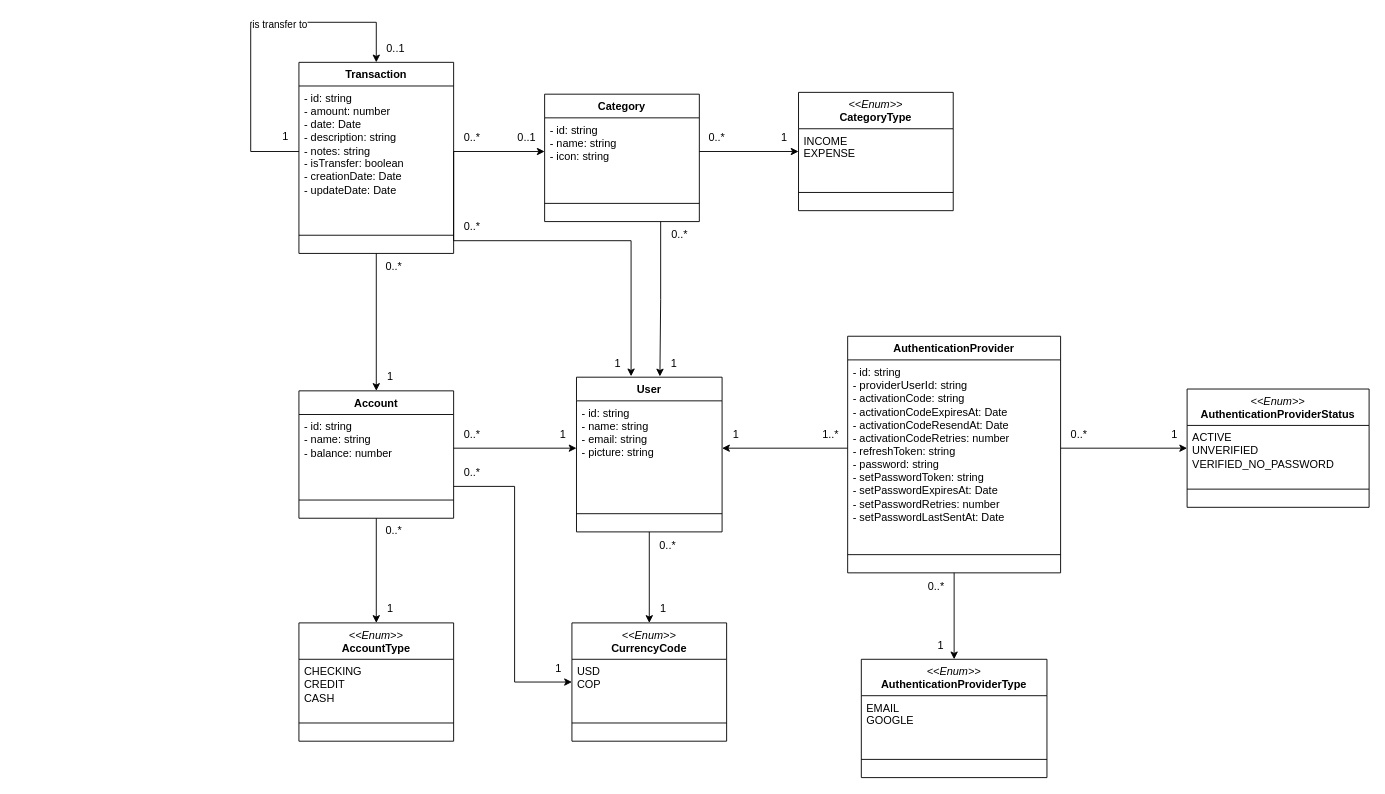
This is docs/class_budget.drawio from acastillo9/budget-api, a draw.io file, before an edit. Source tidied: cells renumbered, new cells numbered last; positions are measured from the earlier drawing's top-left corner, leaving out a move shared by most shapes. Both pictures are drawn from the tidied source at 91%, with x=0, y=0 at pixel (250, 22).
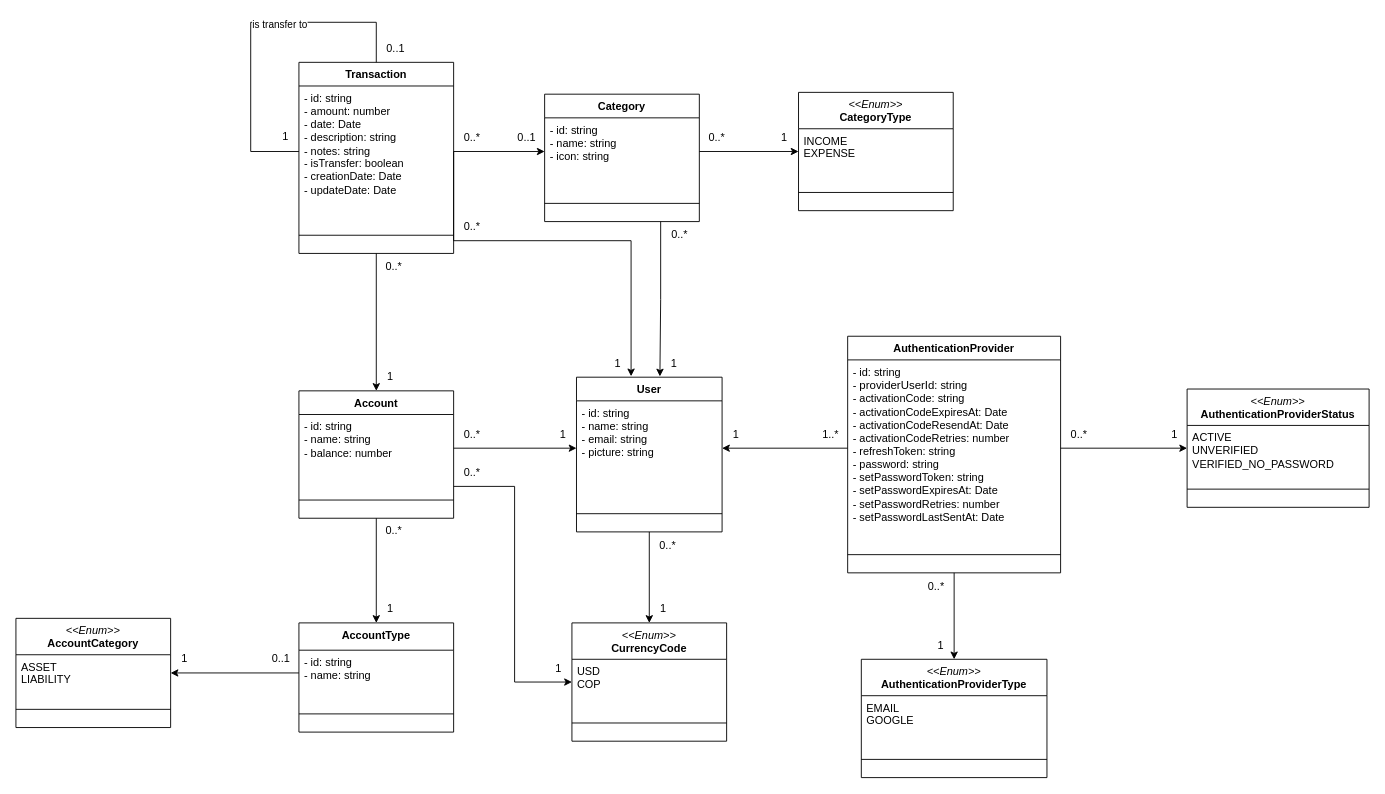
The same page after the edit.

Unchanged cells that the change refers to:
```xml
<mxCell id="2" value="Transaction" style="swimlane;fontStyle=1;align=center;verticalAlign=top;horizontal=1;startSize=26;whiteSpace=wrap;html=1;" parent="1" vertex="1">
  <mxGeometry x="53" y="44" width="170" height="210" as="geometry" />
</mxCell>
<mxCell id="5" value="- id: string&lt;div&gt;- amount: number&lt;/div&gt;&lt;div&gt;- date: Date&lt;/div&gt;&lt;div&gt;&lt;span style=&quot;background-color: transparent; color: light-dark(rgb(0, 0, 0), rgb(255, 255, 255));&quot;&gt;- description: string&lt;/span&gt;&lt;/div&gt;&lt;div&gt;- notes: string&lt;/div&gt;&lt;div&gt;- isTransfer: boolean&lt;/div&gt;&lt;div&gt;- creationDate: Date&lt;/div&gt;&lt;div&gt;-&amp;nbsp;updateDate: Date&lt;/div&gt;" style="text;strokeColor=none;fillColor=none;align=left;verticalAlign=top;spacingLeft=4;spacingRight=4;overflow=hidden;points=[[0,0.5],[1,0.5]];portConstraint=eastwest;whiteSpace=wrap;html=1;" parent="2" vertex="1">
  <mxGeometry y="26" width="170" height="144" as="geometry" />
</mxCell>
```

Diff of the diagram source:
```diff
@@
-    <mxCell id="3" style="edgeStyle=orthogonalEdgeStyle;rounded=0;jettySize=auto;html=1;entryX=0.5;entryY=0;entryDx=0;entryDy=0;endArrow=classic;startFill=0;endFill=1;" parent="2" edge="1" source="5" target="2">
+    <mxCell id="3" style="edgeStyle=orthogonalEdgeStyle;rounded=0;jettySize=auto;html=1;entryX=0.5;entryY=0;entryDx=0;entryDy=0;endArrow=none;startFill=0;endFill=0;" parent="2" edge="1" source="5" target="2">
       <mxGeometry relative="1" as="geometry">
         <Array as="points">
           <mxPoint x="-53" y="98" />
           <mxPoint x="-53" y="-44" />
           <mxPoint x="85" y="-44" />
         </Array>
       </mxGeometry>
     </mxCell>
@@
-    <mxCell id="60" value="&lt;div&gt;&lt;i style=&quot;font-weight: 400;&quot;&gt;&amp;lt;&amp;lt;Enum&amp;gt;&amp;gt;&lt;/i&gt;&lt;br&gt;&lt;/div&gt;AccountType" style="swimlane;fontStyle=1;align=center;verticalAlign=top;horizontal=1;startSize=40;whiteSpace=wrap;html=1;" parent="1" vertex="1">
-      <mxGeometry x="53" y="660" width="170" height="130" as="geometry" />
+    <mxCell id="60" value="&lt;div&gt;&lt;span style=&quot;background-color: transparent; color: light-dark(rgb(0, 0, 0), rgb(255, 255, 255));&quot;&gt;AccountType&lt;/span&gt;&lt;/div&gt;" style="swimlane;fontStyle=1;align=center;verticalAlign=top;horizontal=1;startSize=30;whiteSpace=wrap;html=1;" parent="1" vertex="1">
+      <mxGeometry x="53" y="660" width="170" height="120" as="geometry" />
     </mxCell>
-    <mxCell id="61" value="CHECKING&lt;div&gt;CREDIT&lt;/div&gt;&lt;div&gt;CASH&lt;/div&gt;" style="text;strokeColor=none;fillColor=none;align=left;verticalAlign=top;spacingLeft=4;spacingRight=4;overflow=hidden;points=[[0,0.5],[1,0.5]];portConstraint=eastwest;whiteSpace=wrap;html=1;" parent="60" vertex="1">
-      <mxGeometry y="40" width="170" height="50" as="geometry" />
+    <mxCell id="61" value="- id: string&lt;div&gt;- name: string&lt;/div&gt;" style="text;strokeColor=none;fillColor=none;align=left;verticalAlign=top;spacingLeft=4;spacingRight=4;overflow=hidden;points=[[0,0.5],[1,0.5]];portConstraint=eastwest;whiteSpace=wrap;html=1;" parent="60" vertex="1">
+      <mxGeometry y="30" width="170" height="50" as="geometry" />
     </mxCell>
     <mxCell id="62" style="line;strokeWidth=1;fillColor=none;align=left;verticalAlign=middle;spacingTop=-1;spacingLeft=3;spacingRight=3;labelPosition=right;strokeColor=inherit;" parent="60" vertex="1">
-      <mxGeometry y="90" width="170" height="40" as="geometry" />
+      <mxGeometry y="80" width="170" height="40" as="geometry" />
     </mxCell>
@@
+    <mxCell id="72" value="&lt;div&gt;&lt;i style=&quot;font-weight: 400;&quot;&gt;&amp;lt;&amp;lt;Enum&amp;gt;&amp;gt;&lt;/i&gt;&lt;br&gt;&lt;/div&gt;AccountCategory" style="swimlane;fontStyle=1;align=center;verticalAlign=top;horizontal=1;startSize=40;whiteSpace=wrap;html=1;" parent="1" vertex="1">
+      <mxGeometry x="-258" y="655" width="170" height="120" as="geometry" />
+    </mxCell>
+    <mxCell id="73" value="ASSET&lt;div&gt;LIABILITY&lt;/div&gt;" style="text;strokeColor=none;fillColor=none;align=left;verticalAlign=top;spacingLeft=4;spacingRight=4;overflow=hidden;points=[[0,0.5],[1,0.5]];portConstraint=eastwest;whiteSpace=wrap;html=1;" parent="72" vertex="1">
+      <mxGeometry y="40" width="170" height="40" as="geometry" />
+    </mxCell>
+    <mxCell id="74" style="line;strokeWidth=1;fillColor=none;align=left;verticalAlign=middle;spacingTop=-1;spacingLeft=3;spacingRight=3;labelPosition=right;strokeColor=inherit;" parent="72" vertex="1">
+      <mxGeometry y="80" width="170" height="40" as="geometry" />
+    </mxCell>
+    <mxCell id="75" style="edgeStyle=orthogonalEdgeStyle;rounded=0;jettySize=auto;html=1;" parent="1" edge="1" source="61" target="73">
+      <mxGeometry relative="1" as="geometry" />
+    </mxCell>
+    <mxCell id="76" value="0..1" style="text;html=1;align=center;verticalAlign=middle;strokeColor=none;fillColor=none;" parent="1" vertex="1">
+      <mxGeometry x="13" y="685" width="40" height="30" as="geometry" />
+    </mxCell>
+    <mxCell id="77" value="1" style="text;html=1;align=center;verticalAlign=middle;strokeColor=none;fillColor=none;" parent="1" vertex="1">
+      <mxGeometry x="-88" y="685" width="30" height="30" as="geometry" />
+    </mxCell>
```
